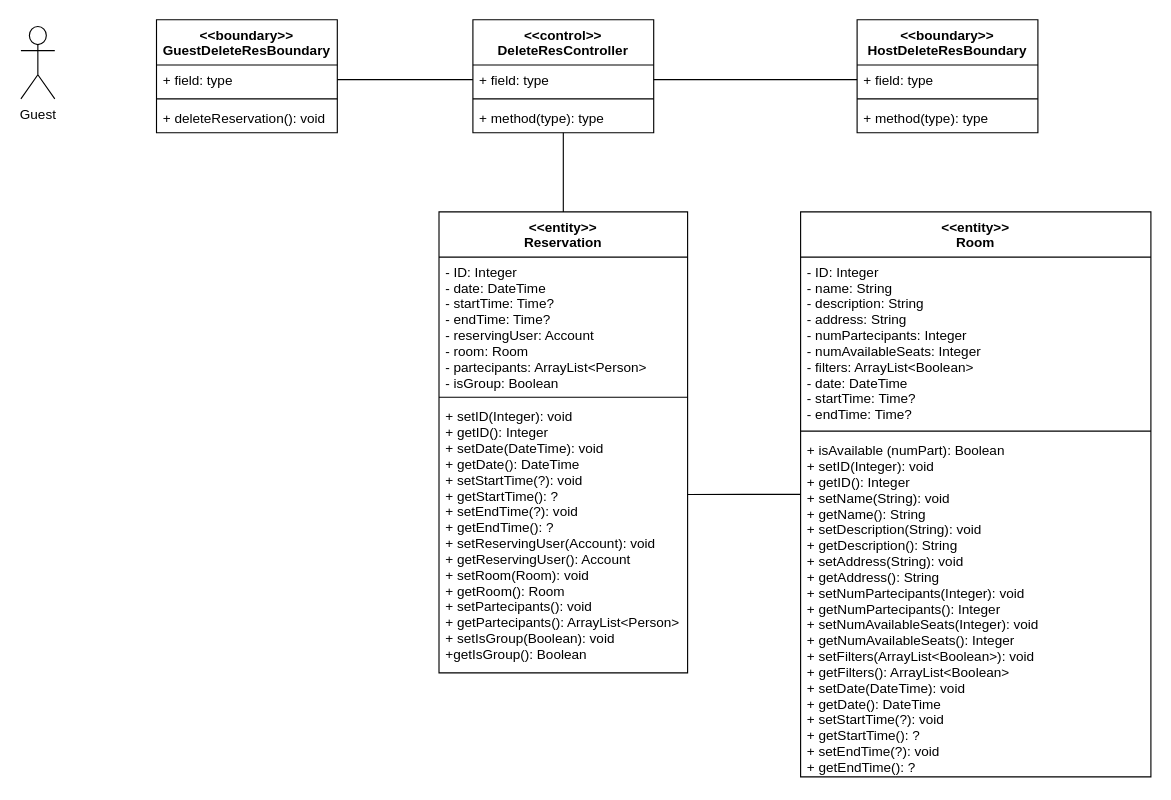
Earlier version of the draw.io diagram Docs/VoPC/VoPC DeleteReservation.drawio (nic-agos/DoveStudi). Source tidied: cells renumbered, new cells numbered last; positions are measured from the earlier drawing's top-left corner, leaving out a move shared by most shapes. Both pictures are drawn from the tidied source at 113%, with x=0, y=0 at pixel (20, 19).
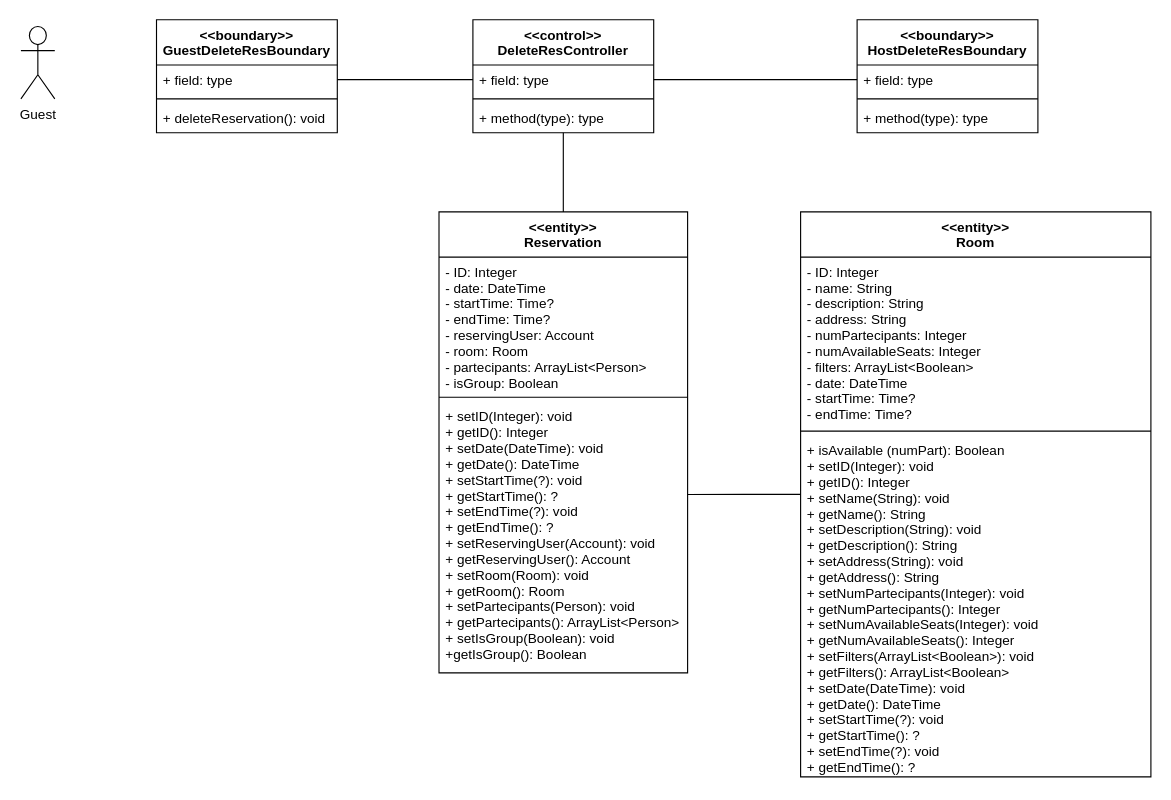
The same page after the edit.

The change refers to these unchanged cells:
```xml
<mxCell id="23" value="&lt;&lt;entity&gt;&gt;&#10;Reservation" style="swimlane;fontStyle=1;align=center;verticalAlign=top;horizontal=1;startSize=40;" parent="1" vertex="1">
  <mxGeometry x="370" y="170" width="220" height="408" as="geometry" />
</mxCell>
```

The edit, as a diff of the source:
```diff
@@
-    <mxCell id="26" value="+ setID(Integer): void &#10;+ getID(): Integer&#10;+ setDate(DateTime): void&#10;+ getDate(): DateTime&#10;+ setStartTime(?): void&#10;+ getStartTime(): ?&#10;+ setEndTime(?): void&#10;+ getEndTime(): ?&#10;+ setReservingUser(Account): void&#10;+ getReservingUser(): Account&#10;+ setRoom(Room): void&#10;+ getRoom(): Room&#10;+ setPartecipants(): void&#10;+ getPartecipants(): ArrayList&lt;Person&gt;&#10;+ setIsGroup(Boolean): void&#10;+getIsGroup(): Boolean" style="text;strokeColor=none;fillColor=none;align=left;verticalAlign=top;spacingLeft=4;spacingRight=4;overflow=hidden;points=[[0,0.5],[1,0.5]];portConstraint=eastwest;" parent="23" vertex="1">
+    <mxCell id="26" value="+ setID(Integer): void &#10;+ getID(): Integer&#10;+ setDate(DateTime): void&#10;+ getDate(): DateTime&#10;+ setStartTime(?): void&#10;+ getStartTime(): ?&#10;+ setEndTime(?): void&#10;+ getEndTime(): ?&#10;+ setReservingUser(Account): void&#10;+ getReservingUser(): Account&#10;+ setRoom(Room): void&#10;+ getRoom(): Room&#10;+ setPartecipants(Person): void&#10;+ getPartecipants(): ArrayList&lt;Person&gt;&#10;+ setIsGroup(Boolean): void&#10;+getIsGroup(): Boolean" style="text;strokeColor=none;fillColor=none;align=left;verticalAlign=top;spacingLeft=4;spacingRight=4;overflow=hidden;points=[[0,0.5],[1,0.5]];portConstraint=eastwest;" parent="23" vertex="1">
       <mxGeometry y="168" width="220" height="240" as="geometry" />
     </mxCell>
```
